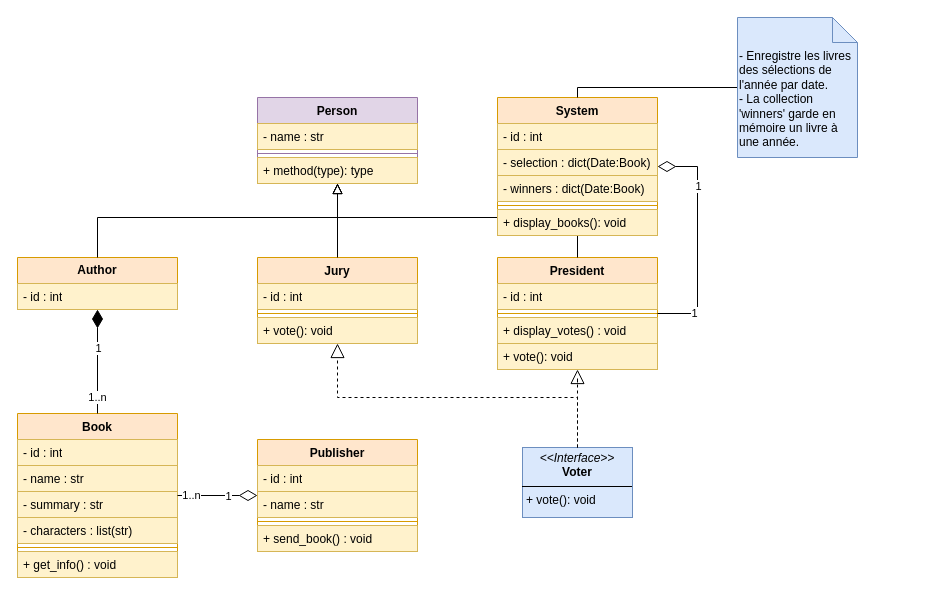
Before: page "Class" (1 of 2) of doc/uml/goncourt.drawio in KMorere/eval-python-goncourt, a draw.io diagram. Source tidied: cells renumbered, new cells numbered last; positions are measured from the earlier drawing's top-left corner, leaving out a move shared by most shapes. Both pictures are drawn from the tidied source at 100%, with x=0, y=0 at pixel (17, 17).
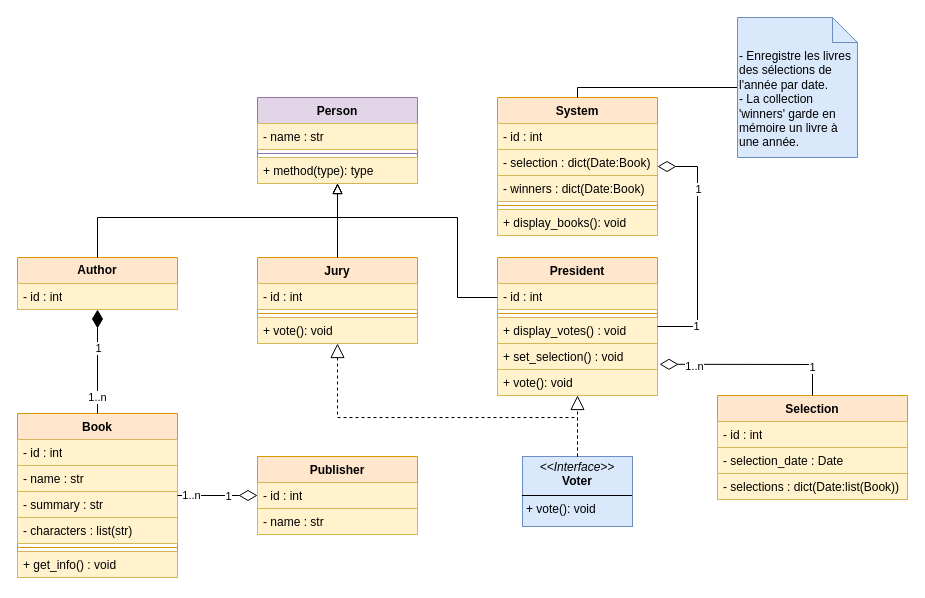
The same page after the edit.

Commit message (it also covers changes not shown here):
Added President and Selection classes and modified the diagrams to to fit them both.

The change refers to these unchanged cells:
```xml
<mxCell id="9" value="Person" style="swimlane;fontStyle=1;align=center;verticalAlign=top;horizontal=1;startSize=26;whiteSpace=wrap;html=1;fillColor=#e1d5e7;strokeColor=#9673a6;" parent="1" vertex="1">
  <mxGeometry x="240" y="80" width="160" height="86" as="geometry" />
</mxCell>
<mxCell id="15" value="Jury" style="swimlane;fontStyle=1;align=center;verticalAlign=top;horizontal=1;startSize=26;whiteSpace=wrap;html=1;fillColor=#ffe6cc;strokeColor=#d79b00;" parent="1" vertex="1">
  <mxGeometry x="240" y="240" width="160" height="86" as="geometry" />
</mxCell>
<mxCell id="41" value="System" style="swimlane;fontStyle=1;align=center;verticalAlign=top;horizontal=1;startSize=26;whiteSpace=wrap;html=1;fillColor=#ffe6cc;strokeColor=#d79b00;" parent="1" vertex="1">
  <mxGeometry x="480" y="80" width="160" height="138" as="geometry" />
</mxCell>
```

The edit, as a diff of the source:
```diff
@@
     <mxCell id="24" value="Publisher" style="swimlane;fontStyle=1;align=center;verticalAlign=top;horizontal=1;startSize=26;whiteSpace=wrap;html=1;fillColor=#ffe6cc;strokeColor=#d79b00;" parent="1" vertex="1">
-      <mxGeometry x="240" y="422" width="160" height="112" as="geometry" />
+      <mxGeometry x="240" y="439" width="160" height="78" as="geometry" />
     </mxCell>
@@
-    <mxCell id="27" style="line;strokeWidth=1;fillColor=none;align=left;verticalAlign=middle;spacingTop=-1;spacingLeft=3;spacingRight=3;labelPosition=right;strokeColor=inherit;" parent="24" vertex="1">
-      <mxGeometry y="78" width="160" height="8" as="geometry" />
-    </mxCell>
-    <mxCell id="28" value="+ send_book() : void" style="text;strokeColor=#d6b656;fillColor=#fff2cc;align=left;verticalAlign=top;spacingLeft=4;spacingRight=4;overflow=hidden;whiteSpace=wrap;html=1;" parent="24" vertex="1">
-      <mxGeometry y="86" width="160" height="26" as="geometry" />
-    </mxCell>
@@
     <mxCell id="32" value="President" style="swimlane;fontStyle=1;align=center;verticalAlign=top;horizontal=1;startSize=26;whiteSpace=wrap;html=1;fillColor=#ffe6cc;strokeColor=#d79b00;" parent="1" vertex="1">
-      <mxGeometry x="480" y="240" width="160" height="112" as="geometry" />
+      <mxGeometry x="480" y="240" width="160" height="138" as="geometry" />
     </mxCell>
@@
+    <mxCell id="52" value="+ set_selection() : void" style="text;strokeColor=#d6b656;fillColor=#fff2cc;align=left;verticalAlign=top;spacingLeft=4;spacingRight=4;overflow=hidden;points=[[0,0.5],[1,0.5]];portConstraint=eastwest;whiteSpace=wrap;html=1;" parent="32" vertex="1">
+      <mxGeometry y="86" width="160" height="26" as="geometry" />
+    </mxCell>
     <mxCell id="36" value="+ vote(): void" style="text;strokeColor=#d6b656;fillColor=#fff2cc;align=left;verticalAlign=top;spacingLeft=4;spacingRight=4;overflow=hidden;whiteSpace=wrap;html=1;" parent="32" vertex="1">
-      <mxGeometry y="86" width="160" height="26" as="geometry" />
+      <mxGeometry y="112" width="160" height="26" as="geometry" />
     </mxCell>
-    <mxCell id="37" style="endArrow=block;endSize=8;endFill=0;html=1;rounded=0;exitX=0.5;exitY=0;exitDx=0;exitDy=0;" parent="1" edge="1" source="32" target="9">
+    <mxCell id="37" style="endArrow=block;endSize=8;endFill=0;html=1;rounded=0;" parent="1" edge="1" target="9">
       <mxGeometry relative="1" as="geometry">
+        <mxPoint x="480" y="280" as="sourcePoint" />
         <Array as="points">
-          <mxPoint x="560" y="200" />
+          <mxPoint x="440" y="280" />
+          <mxPoint x="440" y="200" />
           <mxPoint x="320" y="200" />
         </Array>
       </mxGeometry>
     </mxCell>
     <mxCell id="38" value="&lt;p style=&quot;margin:0px;margin-top:4px;text-align:center;&quot;&gt;&lt;i&gt;&amp;lt;&amp;lt;Interface&amp;gt;&amp;gt;&lt;/i&gt;&lt;br&gt;&lt;b&gt;Voter&lt;/b&gt;&lt;/p&gt;&lt;hr size=&quot;1&quot; style=&quot;border-style:solid;&quot;&gt;&lt;p style=&quot;margin:0px;margin-left:4px;&quot;&gt;+ vote(): void&lt;br&gt;&lt;/p&gt;" style="verticalAlign=top;align=left;overflow=fill;html=1;whiteSpace=wrap;fillColor=#dae8fc;strokeColor=#6c8ebf;" parent="1" vertex="1">
-      <mxGeometry x="505" y="430" width="110" height="70" as="geometry" />
+      <mxGeometry x="505" y="439" width="110" height="70" as="geometry" />
     </mxCell>
     <mxCell id="39" style="endArrow=block;dashed=1;endFill=0;endSize=12;html=1;rounded=0;exitX=0.5;exitY=0;exitDx=0;exitDy=0;" parent="1" edge="1" source="38" target="32">
       <mxGeometry relative="1" as="geometry">
         <Array as="points">
-          <mxPoint x="560" y="360" />
+          <mxPoint x="560" y="400" />
         </Array>
       </mxGeometry>
     </mxCell>
     <mxCell id="40" style="endArrow=block;dashed=1;endFill=0;endSize=12;html=1;rounded=0;" parent="1" edge="1" source="38" target="15">
       <mxGeometry relative="1" as="geometry">
         <Array as="points">
-          <mxPoint x="560" y="380" />
-          <mxPoint x="320" y="380" />
+          <mxPoint x="560" y="400" />
+          <mxPoint x="320" y="400" />
         </Array>
       </mxGeometry>
     </mxCell>
@@
     <mxCell id="49" style="endArrow=diamondThin;endFill=0;endSize=16;html=1;rounded=0;" parent="1" edge="1" source="32" target="41">
       <mxGeometry relative="1" as="geometry">
         <Array as="points">
-          <mxPoint x="680" y="296" />
+          <mxPoint x="680" y="309" />
           <mxPoint x="680" y="149" />
         </Array>
       </mxGeometry>
     </mxCell>
@@
+    <mxCell id="53" value="Selection" style="swimlane;fontStyle=1;align=center;verticalAlign=top;horizontal=1;startSize=26;whiteSpace=wrap;html=1;fillColor=#ffe6cc;strokeColor=#d79b00;" parent="1" vertex="1">
+      <mxGeometry x="700" y="378" width="190" height="104" as="geometry" />
+    </mxCell>
+    <mxCell id="54" value="- id : int" style="text;strokeColor=#d6b656;fillColor=#fff2cc;align=left;verticalAlign=top;spacingLeft=4;spacingRight=4;overflow=hidden;whiteSpace=wrap;html=1;" parent="53" vertex="1">
+      <mxGeometry y="26" width="190" height="26" as="geometry" />
+    </mxCell>
+    <mxCell id="55" value="- selection_date : Date" style="text;strokeColor=#d6b656;fillColor=#fff2cc;align=left;verticalAlign=top;spacingLeft=4;spacingRight=4;overflow=hidden;whiteSpace=wrap;html=1;" parent="53" vertex="1">
+      <mxGeometry y="52" width="190" height="26" as="geometry" />
+    </mxCell>
+    <mxCell id="56" value="- selections : dict(Date:list(Book))" style="text;strokeColor=#d6b656;fillColor=#fff2cc;align=left;verticalAlign=top;spacingLeft=4;spacingRight=4;overflow=hidden;whiteSpace=wrap;html=1;" parent="53" vertex="1">
+      <mxGeometry y="78" width="190" height="26" as="geometry" />
+    </mxCell>
+    <mxCell id="57" style="endArrow=diamondThin;endFill=0;endSize=16;html=1;rounded=0;entryX=1.013;entryY=0.8;entryDx=0;entryDy=0;entryPerimeter=0;exitX=0.5;exitY=0;exitDx=0;exitDy=0;" parent="1" edge="1" source="53" target="52">
+      <mxGeometry relative="1" as="geometry">
+        <Array as="points">
+          <mxPoint x="795" y="347" />
+        </Array>
+      </mxGeometry>
+    </mxCell>
+    <mxCell id="58" value="1" style="edgeLabel;html=1;align=center;verticalAlign=middle;" parent="57" vertex="1">
+      <mxGeometry x="-0.68" y="1" relative="1" as="geometry" />
+    </mxCell>
+    <mxCell id="59" value="1..n" style="edgeLabel;html=1;align=center;verticalAlign=middle;" parent="57" vertex="1">
+      <mxGeometry x="0.62" y="2" relative="1" as="geometry" />
+    </mxCell>
```
